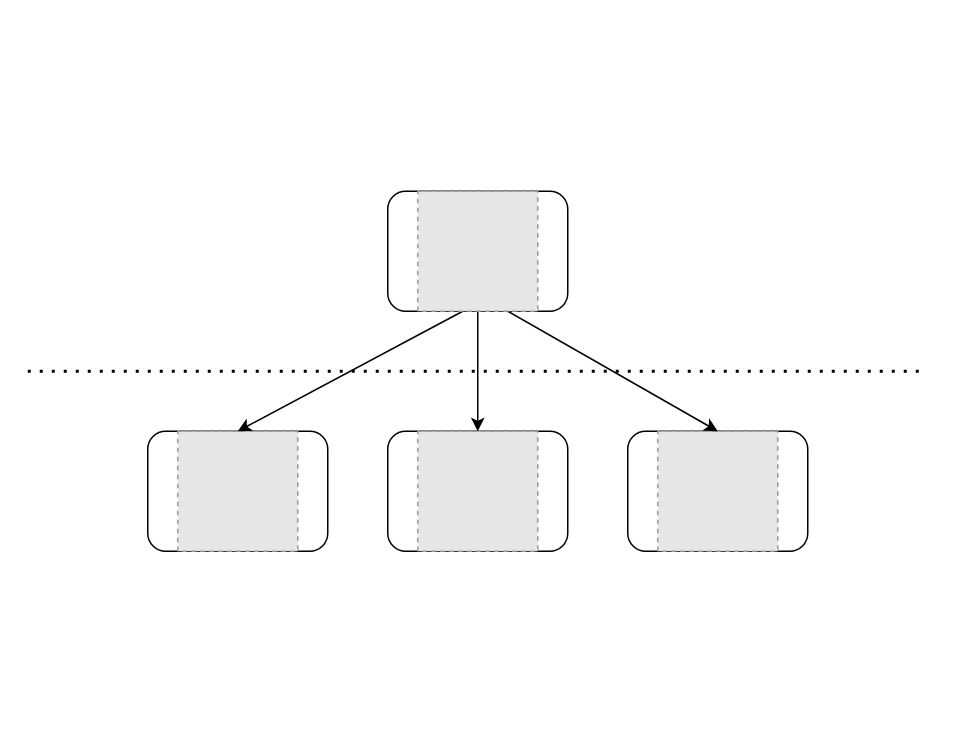
Above: vault-vault-cascade-arch.drawio in YanshanSong/draw.io (draw.io), before the change. Source tidied: cells renumbered, new cells numbered last; positions are measured from the earlier drawing's top-left corner, leaving out a move shared by most shapes. Both pictures are drawn from the tidied source at 150%, with x=0, y=0 at pixel (27, 190). Pictures stored in the file or linked from it are replaced by grey dashed boxes.
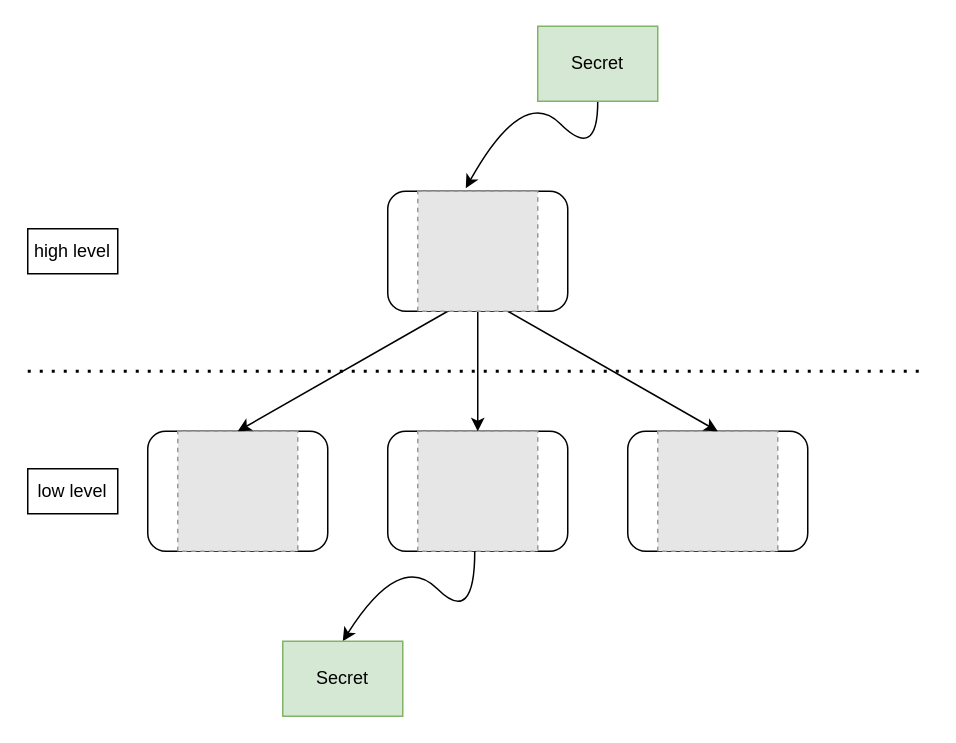
After the change.

The change refers to these unchanged cells:
```xml
<mxCell id="4" style="fillColor=#E6E6E6;strokeColor=#999999;dashed=1;verticalLabelPosition=bottom;labelBackgroundColor=default;verticalAlign=top;" parent="2" vertex="1">
  <mxGeometry x="20" width="80" height="80" as="geometry" />
</mxCell>
<mxCell id="16" style="fillColor=#E6E6E6;strokeColor=#999999;dashed=1;verticalLabelPosition=bottom;labelBackgroundColor=default;verticalAlign=top;" parent="14" vertex="1">
  <mxGeometry x="20" width="80" height="80" as="geometry" />
</mxCell>
```

The edit, as a diff of the source:
```diff
@@
-    <mxCell id="11" style="endArrow=classic;html=1;rounded=0;entryX=0.5;entryY=0;entryDx=0;entryDy=0;" parent="1" edge="1" target="4">
-      <mxGeometry relative="1" as="geometry">
-        <mxPoint x="290" y="80" as="sourcePoint" />
-      </mxGeometry>
+    <mxCell id="11" style="endArrow=classic;html=1;rounded=0;entryX=0.5;entryY=0;entryDx=0;entryDy=0;exitX=0.25;exitY=1;exitDx=0;exitDy=0;" parent="1" edge="1" source="16" target="4">
+      <mxGeometry relative="1" as="geometry" />
     </mxCell>
@@
+    <mxCell id="18" value="high level" style="text;html=1;align=center;verticalAlign=middle;whiteSpace=wrap;rounded=0;fillColor=none;strokeColor=default;" parent="1" vertex="1">
+      <mxGeometry y="25" width="60" height="30" as="geometry" />
+    </mxCell>
+    <mxCell id="19" value="low level" style="text;html=1;align=center;verticalAlign=middle;whiteSpace=wrap;rounded=0;fillColor=none;strokeColor=default;" parent="1" vertex="1">
+      <mxGeometry y="185" width="60" height="30" as="geometry" />
+    </mxCell>
+    <mxCell id="20" style="curved=1;endArrow=classic;html=1;rounded=0;entryX=0.4;entryY=-0.025;entryDx=0;entryDy=0;entryPerimeter=0;exitX=0.5;exitY=1;exitDx=0;exitDy=0;" parent="1" edge="1" source="23" target="16">
+      <mxGeometry relative="1" as="geometry">
+        <Array as="points">
+          <mxPoint x="380" y="-20" />
+          <mxPoint x="330" y="-70" />
+        </Array>
+      </mxGeometry>
+    </mxCell>
+    <mxCell id="21" style="curved=1;endArrow=classic;html=1;rounded=0;entryX=0.5;entryY=0;entryDx=0;entryDy=0;" parent="1" edge="1" target="22">
+      <mxGeometry relative="1" as="geometry">
+        <mxPoint x="298" y="240" as="sourcePoint" />
+        <Array as="points">
+          <mxPoint x="298" y="290" />
+          <mxPoint x="248" y="240" />
+        </Array>
+      </mxGeometry>
+    </mxCell>
+    <mxCell id="22" value="Secret" style="text;html=1;align=center;verticalAlign=middle;whiteSpace=wrap;rounded=0;strokeColor=#82b366;fillColor=#d5e8d4;" parent="1" vertex="1">
+      <mxGeometry x="170" y="300" width="80" height="50" as="geometry" />
+    </mxCell>
+    <mxCell id="23" value="Secret" style="text;html=1;align=center;verticalAlign=middle;whiteSpace=wrap;rounded=0;strokeColor=#82b366;fillColor=#d5e8d4;" parent="1" vertex="1">
+      <mxGeometry x="340" y="-110" width="80" height="50" as="geometry" />
+    </mxCell>
```
